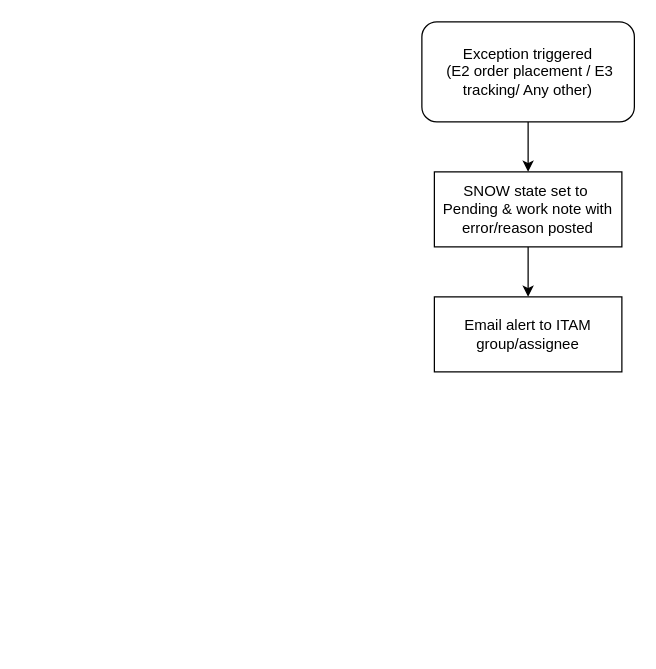
Above: Exception Handling.drawio in skunduam/draw.io-diagrams (draw.io), before the change. Source tidied: cells renumbered, new cells numbered last; positions are measured from the earlier drawing's top-left corner, leaving out a move shared by most shapes. Both pictures are drawn from the tidied source at 125%, with x=0, y=0 at pixel (421, 21).
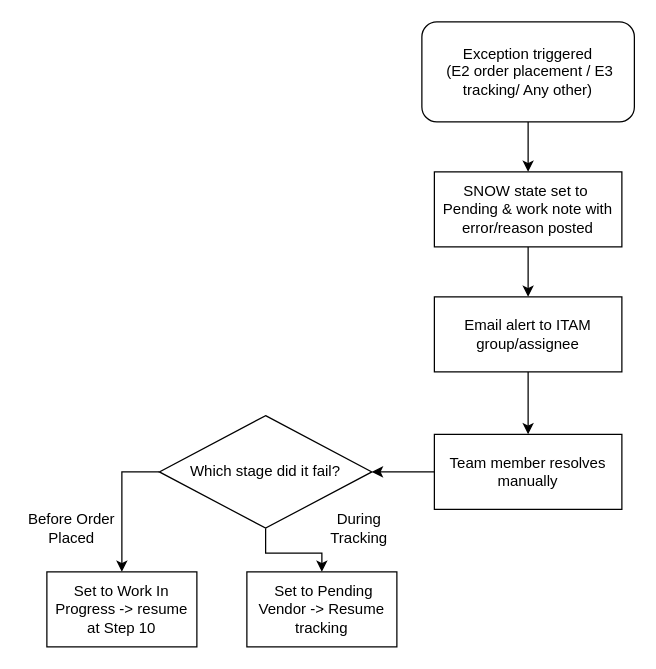
After the change.

Change to the diagram source:
```diff
@@
 <mxGraphModel>
   <root>
     <mxCell id="0" />
     <mxCell id="1" parent="0" />
     <mxCell id="2" style="edgeStyle=orthogonalEdgeStyle;rounded=0;jettySize=auto;html=1;exitX=0.5;exitY=1;exitDx=0;exitDy=0;entryX=0.5;entryY=0;entryDx=0;entryDy=0;" parent="1" edge="1" source="3" target="5">
       <mxGeometry relative="1" as="geometry" />
     </mxCell>
     <mxCell id="3" value="Exception triggered&lt;div&gt;&amp;nbsp;(E2 order placement / E3 tracking/ Any other)&lt;/div&gt;" style="rounded=1;whiteSpace=wrap;html=1;" parent="1" vertex="1">
       <mxGeometry width="170" height="80" as="geometry" />
     </mxCell>
     <mxCell id="4" style="edgeStyle=orthogonalEdgeStyle;rounded=0;jettySize=auto;html=1;" parent="1" edge="1" source="5" target="6">
       <mxGeometry relative="1" as="geometry" />
     </mxCell>
     <mxCell id="5" value="SNOW state set to&amp;nbsp;&lt;div&gt;Pending &amp;amp; work note with error/reason posted&lt;/div&gt;" style="rounded=0;whiteSpace=wrap;html=1;" parent="1" vertex="1">
       <mxGeometry x="10" y="120" width="150" height="60" as="geometry" />
     </mxCell>
+    <mxCell id="7" style="edgeStyle=orthogonalEdgeStyle;rounded=0;jettySize=auto;html=1;" parent="1" edge="1" source="6" target="9">
+      <mxGeometry relative="1" as="geometry" />
+    </mxCell>
     <mxCell id="6" value="Email alert to ITAM group/assignee" style="rounded=0;whiteSpace=wrap;html=1;" parent="1" vertex="1">
       <mxGeometry x="10" y="220" width="150" height="60" as="geometry" />
     </mxCell>
+    <mxCell id="8" style="edgeStyle=orthogonalEdgeStyle;rounded=0;jettySize=auto;html=1;" parent="1" edge="1" source="9" target="12">
+      <mxGeometry relative="1" as="geometry" />
+    </mxCell>
+    <mxCell id="9" value="Team member resolves manually" style="rounded=0;whiteSpace=wrap;html=1;" parent="1" vertex="1">
+      <mxGeometry x="10" y="330" width="150" height="60" as="geometry" />
+    </mxCell>
+    <mxCell id="10" style="edgeStyle=orthogonalEdgeStyle;rounded=0;jettySize=auto;html=1;exitX=0;exitY=0.5;exitDx=0;exitDy=0;" parent="1" edge="1" source="12" target="13">
+      <mxGeometry relative="1" as="geometry" />
+    </mxCell>
+    <mxCell id="11" style="edgeStyle=orthogonalEdgeStyle;rounded=0;jettySize=auto;html=1;" parent="1" edge="1" source="12" target="15">
+      <mxGeometry relative="1" as="geometry" />
+    </mxCell>
+    <mxCell id="12" value="Which stage did it fail?" style="rhombus;whiteSpace=wrap;html=1;shapeInside=1;rounded=0;" parent="1" vertex="1">
+      <mxGeometry x="-210" y="315" width="170" height="90" as="geometry" />
+    </mxCell>
+    <mxCell id="13" value="Set to Work In Progress -&amp;gt; resume at Step 10" style="rounded=0;whiteSpace=wrap;html=1;" parent="1" vertex="1">
+      <mxGeometry x="-300" y="440" width="120" height="60" as="geometry" />
+    </mxCell>
+    <mxCell id="14" value="Before Order Placed" style="text;html=1;whiteSpace=wrap;strokeColor=none;fillColor=none;align=center;verticalAlign=middle;rounded=0;" parent="1" vertex="1">
+      <mxGeometry x="-320" y="390" width="80" height="30" as="geometry" />
+    </mxCell>
+    <mxCell id="15" value="&amp;nbsp;Set to Pending Vendor -&amp;gt; Resume tracking" style="whiteSpace=wrap;html=1;rounded=0;" parent="1" vertex="1">
+      <mxGeometry x="-140" y="440" width="120" height="60" as="geometry" />
+    </mxCell>
+    <mxCell id="16" value="During Tracking" style="text;html=1;whiteSpace=wrap;strokeColor=none;fillColor=none;align=center;verticalAlign=middle;rounded=0;" parent="1" vertex="1">
+      <mxGeometry x="-90" y="390" width="80" height="30" as="geometry" />
+    </mxCell>
   </root>
 </mxGraphModel>
```
